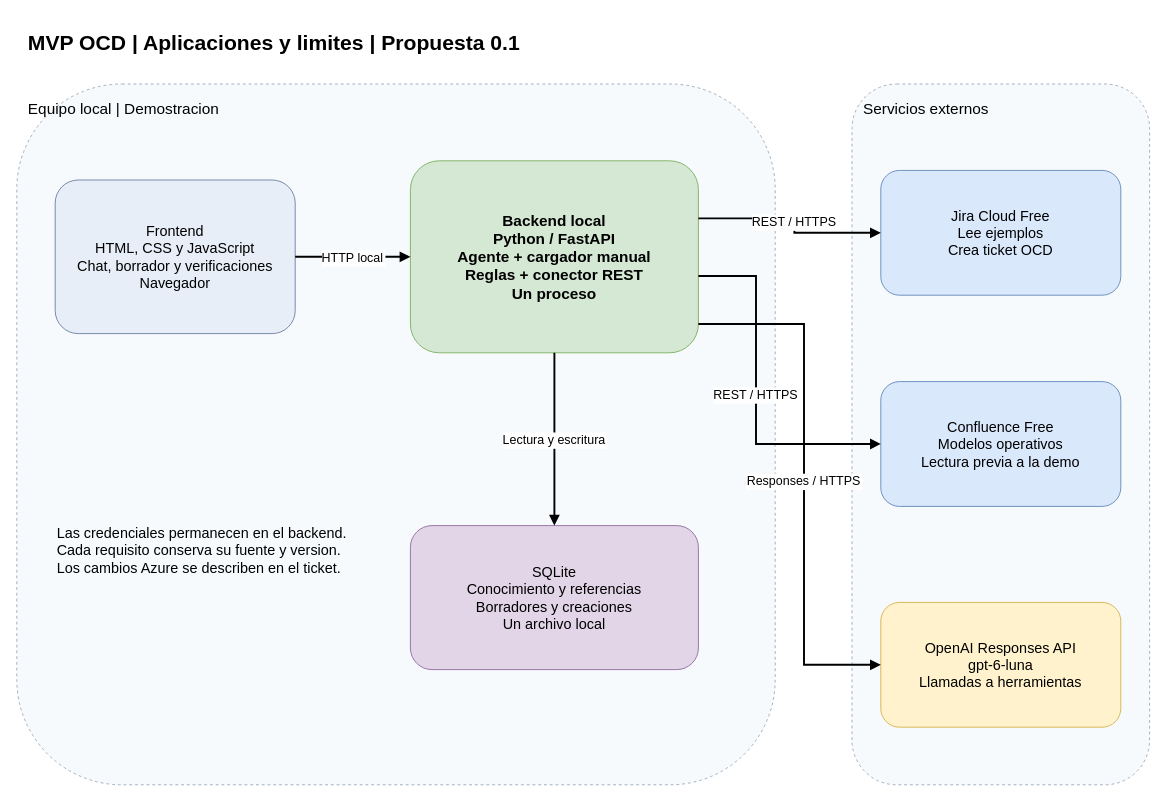
This is page "Aplicaciones" (2 of 3) of docs/MVP_OCD_Arquitectura.drawio from miguelsff/grupo-visa-ai, a draw.io file, before an edit. Source tidied: cells renumbered, new cells numbered last; positions are measured from the earlier drawing's top-left corner, leaving out a move shared by most shapes. Both pictures are drawn from the tidied source at 96%, with x=0, y=0 at pixel (16, 16).
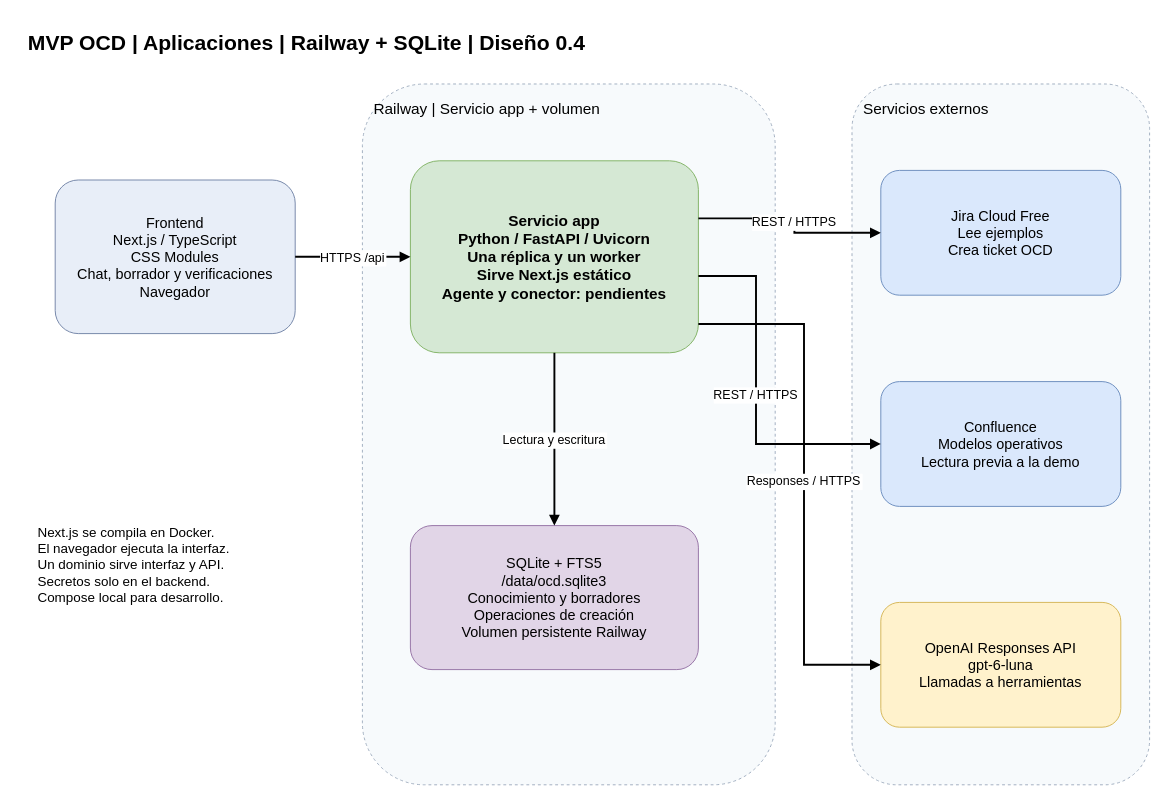
The same diagram, later.

Diff of the diagram source:
```diff
@@
-    <mxCell id="2" value="MVP OCD | Aplicaciones y limites | Propuesta 0.1" style="text;html=0;align=left;verticalAlign=middle;fontSize=22;fontStyle=1;" parent="1" vertex="1">
+    <mxCell id="2" value="MVP OCD | Aplicaciones | Railway + SQLite | Diseño 0.4" style="text;html=0;align=left;verticalAlign=middle;fontSize=22;fontStyle=1;" parent="1" vertex="1">
       <mxGeometry x="10" width="1150" height="50" as="geometry" />
     </mxCell>
-    <mxCell id="3" value="Equipo local | Demostracion" style="rounded=1;whiteSpace=wrap;html=0;fillColor=#f7fafc;strokeColor=#a0aec0;dashed=1;verticalAlign=top;align=left;spacing=12;fontSize=16;" parent="1" vertex="1">
-      <mxGeometry y="70" width="790" height="730" as="geometry" />
+    <mxCell id="3" value="Railway | Servicio app + volumen" style="rounded=1;whiteSpace=wrap;html=0;fillColor=#f7fafc;strokeColor=#a0aec0;dashed=1;verticalAlign=top;align=left;spacing=12;fontSize=16;" parent="1" vertex="1">
+      <mxGeometry x="360" y="70" width="430" height="730" as="geometry" />
     </mxCell>
@@
-    <mxCell id="5" value="Frontend&#10;HTML, CSS y JavaScript&#10;Chat, borrador y verificaciones&#10;Navegador" style="rounded=1;whiteSpace=wrap;html=0;fillColor=#e8eef8;strokeColor=#7385a8;fontSize=15;" parent="1" vertex="1">
+    <mxCell id="5" value="Frontend&#10;Next.js / TypeScript&#10;CSS Modules&#10;Chat, borrador y verificaciones&#10;Navegador" style="rounded=1;whiteSpace=wrap;html=0;fillColor=#e8eef8;strokeColor=#7385a8;fontSize=15;" parent="1" vertex="1">
       <mxGeometry x="40" y="170" width="250" height="160" as="geometry" />
     </mxCell>
-    <mxCell id="6" value="Backend local&#10;Python / FastAPI&#10;Agente + cargador manual&#10;Reglas + conector REST&#10;Un proceso" style="rounded=1;whiteSpace=wrap;html=0;fillColor=#d5e8d4;strokeColor=#82b366;fontSize=16;fontStyle=1;" parent="1" vertex="1">
+    <mxCell id="6" value="Servicio app&#10;Python / FastAPI / Uvicorn&#10;Una réplica y un worker&#10;Sirve Next.js estático&#10;Agente y conector: pendientes" style="rounded=1;whiteSpace=wrap;html=0;fillColor=#d5e8d4;strokeColor=#82b366;fontSize=16;fontStyle=1;" parent="1" vertex="1">
       <mxGeometry x="410" y="150" width="300" height="200" as="geometry" />
     </mxCell>
-    <mxCell id="7" value="SQLite&#10;Conocimiento y referencias&#10;Borradores y creaciones&#10;Un archivo local" style="rounded=1;whiteSpace=wrap;html=0;fillColor=#e1d5e7;strokeColor=#9673a6;fontSize=15;" parent="1" vertex="1">
+    <mxCell id="7" value="SQLite + FTS5&#10;/data/ocd.sqlite3&#10;Conocimiento y borradores&#10;Operaciones de creación&#10;Volumen persistente Railway" style="rounded=1;whiteSpace=wrap;html=0;fillColor=#e1d5e7;strokeColor=#9673a6;fontSize=15;" parent="1" vertex="1">
       <mxGeometry x="410" y="530" width="300" height="150" as="geometry" />
     </mxCell>
@@
-    <mxCell id="9" value="Confluence Free&#10;Modelos operativos&#10;Lectura previa a la demo" style="rounded=1;whiteSpace=wrap;html=0;fillColor=#dae8fc;strokeColor=#6c8ebf;fontSize=15;" parent="1" vertex="1">
+    <mxCell id="9" value="Confluence&#10;Modelos operativos&#10;Lectura previa a la demo" style="rounded=1;whiteSpace=wrap;html=0;fillColor=#dae8fc;strokeColor=#6c8ebf;fontSize=15;" parent="1" vertex="1">
       <mxGeometry x="900" y="380" width="250" height="130" as="geometry" />
     </mxCell>
@@
-    <mxCell id="11" value="Las credenciales permanecen en el backend.&#10;Cada requisito conserva su fuente y version.&#10;Los cambios Azure se describen en el ticket." style="text;html=0;align=left;verticalAlign=middle;fontSize=15;" parent="1" vertex="1">
-      <mxGeometry x="40" y="490" width="330" height="130" as="geometry" />
+    <mxCell id="11" value="Next.js se compila en Docker.&#10;El navegador ejecuta la interfaz.&#10;Un dominio sirve interfaz y API.&#10;Secretos solo en el backend.&#10;Compose local para desarrollo." style="text;html=0;align=left;verticalAlign=middle;fontSize=14;" parent="1" vertex="1">
+      <mxGeometry x="20" y="490" width="290" height="160" as="geometry" />
     </mxCell>
-    <mxCell id="12" value="HTTP local" style="edgeStyle=orthogonalEdgeStyle;rounded=0;html=0;endArrow=block;endFill=1;strokeWidth=2;fontSize=13;exitX=1;exitY=0.5;entryX=0;entryY=0.5;" parent="1" edge="1" source="5" target="6">
+    <mxCell id="12" value="HTTPS /api" style="edgeStyle=orthogonalEdgeStyle;rounded=0;html=0;endArrow=block;endFill=1;strokeWidth=2;fontSize=13;exitX=1;exitY=0.5;entryX=0;entryY=0.5;" parent="1" edge="1" source="5" target="6">
       <mxGeometry relative="1" as="geometry" />
     </mxCell>
```
